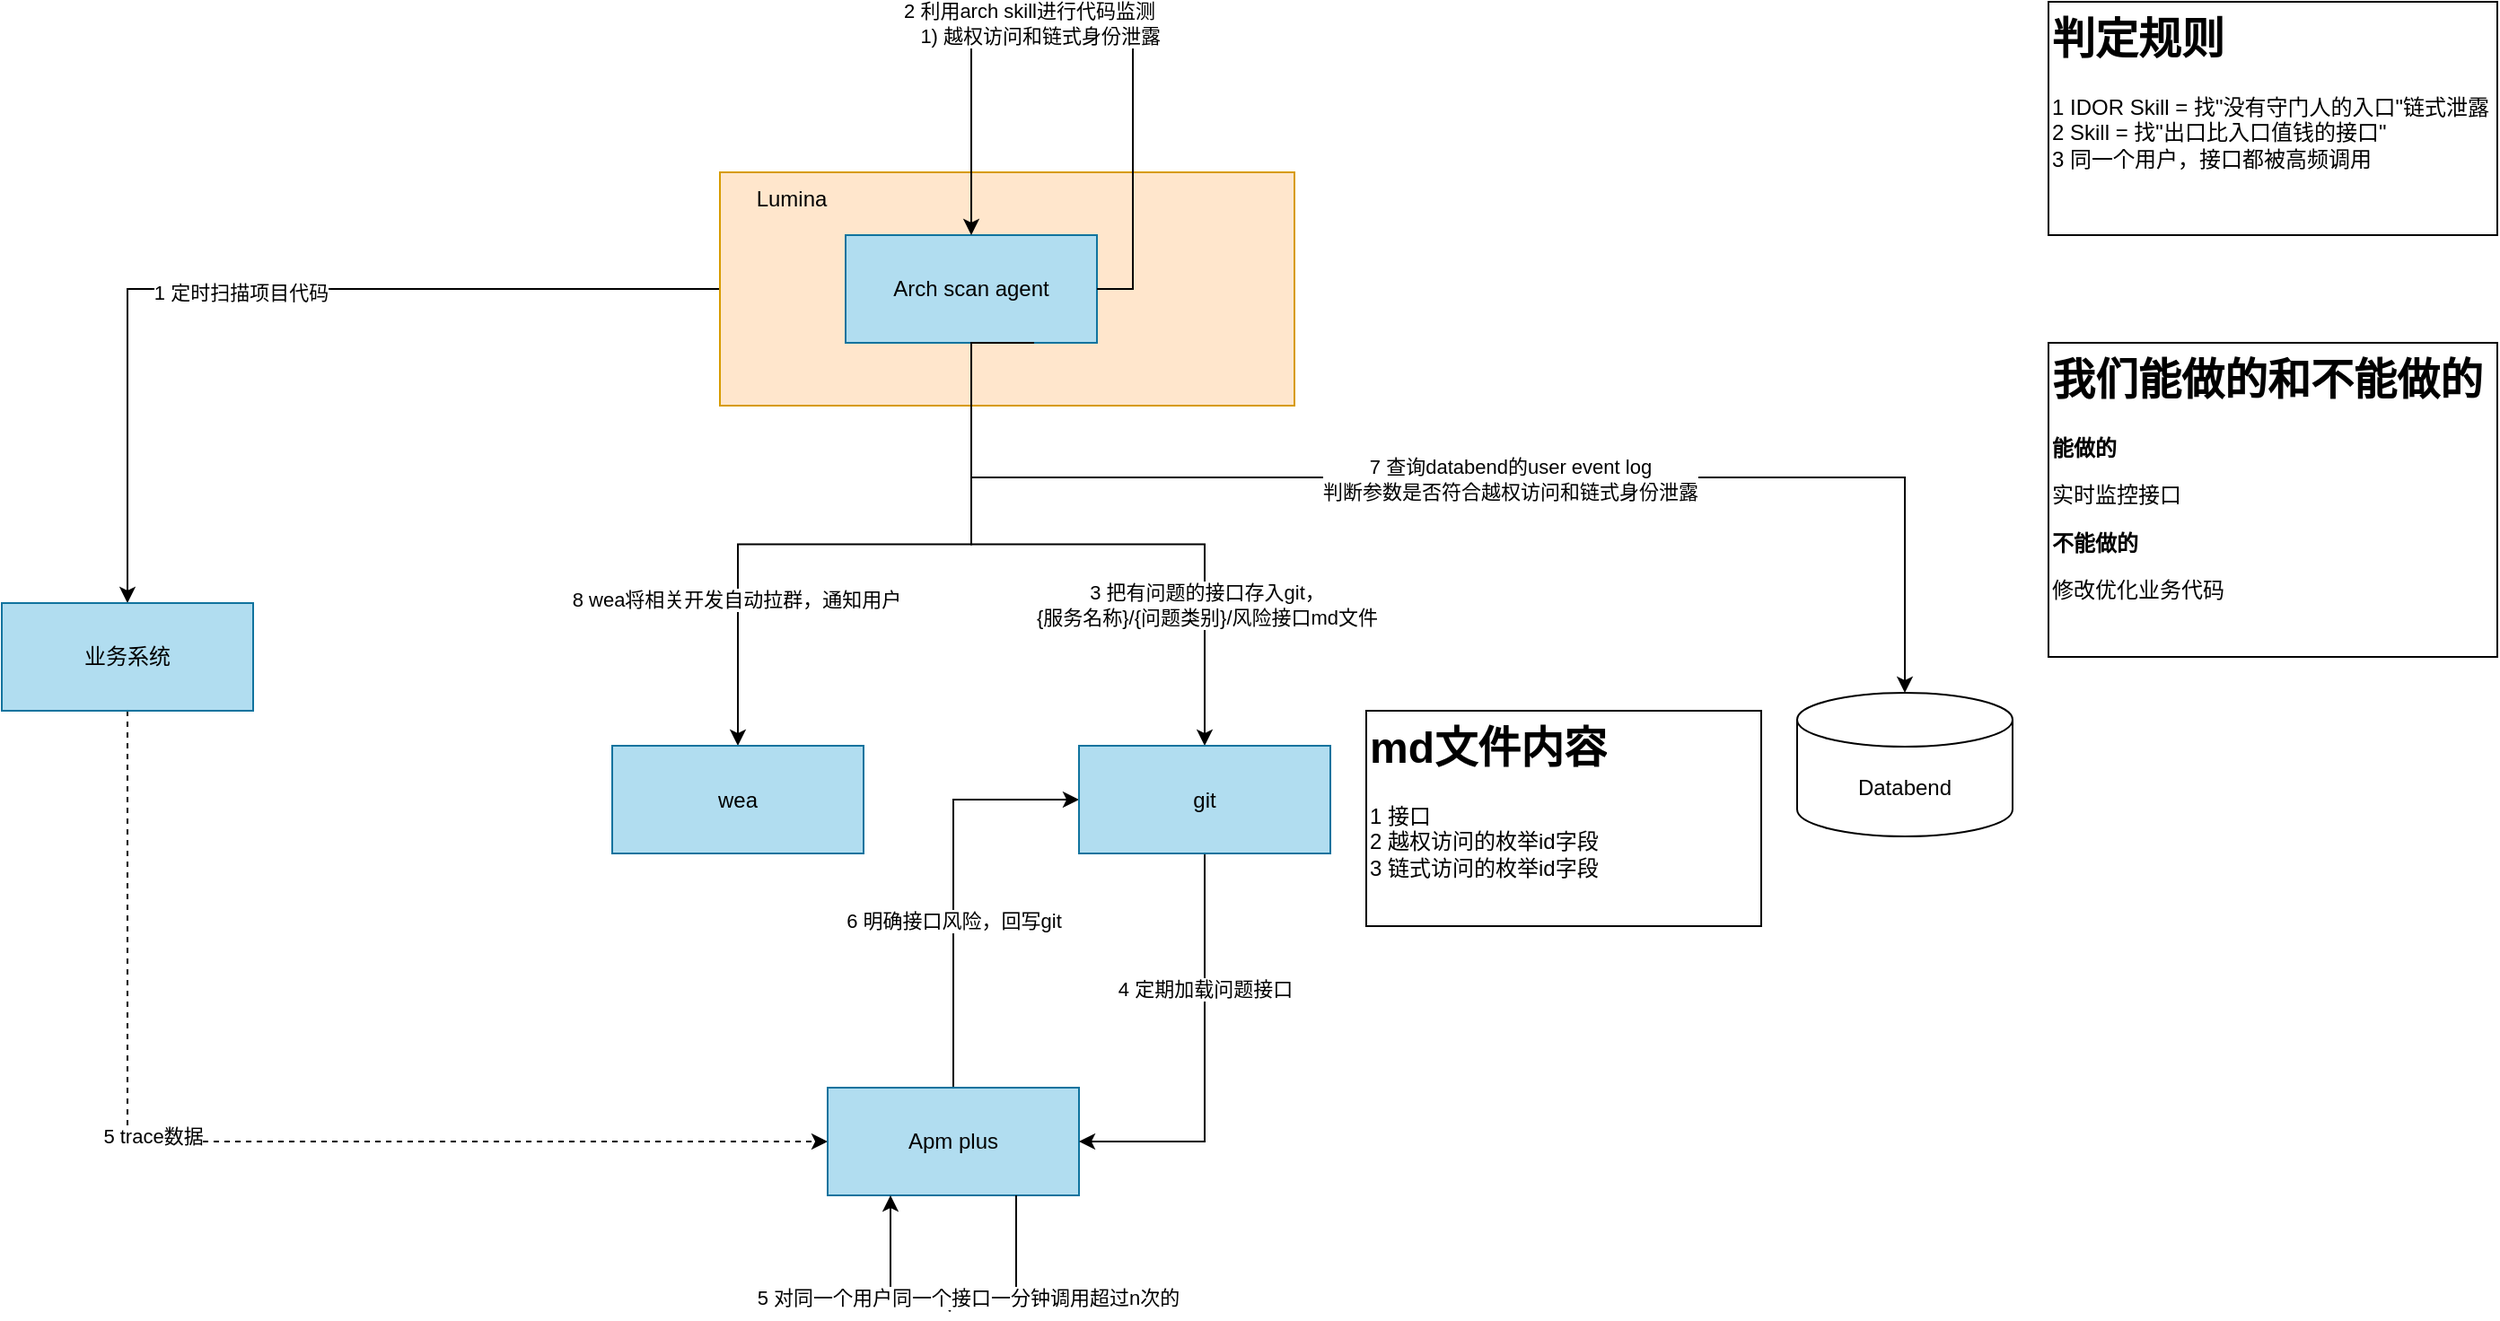
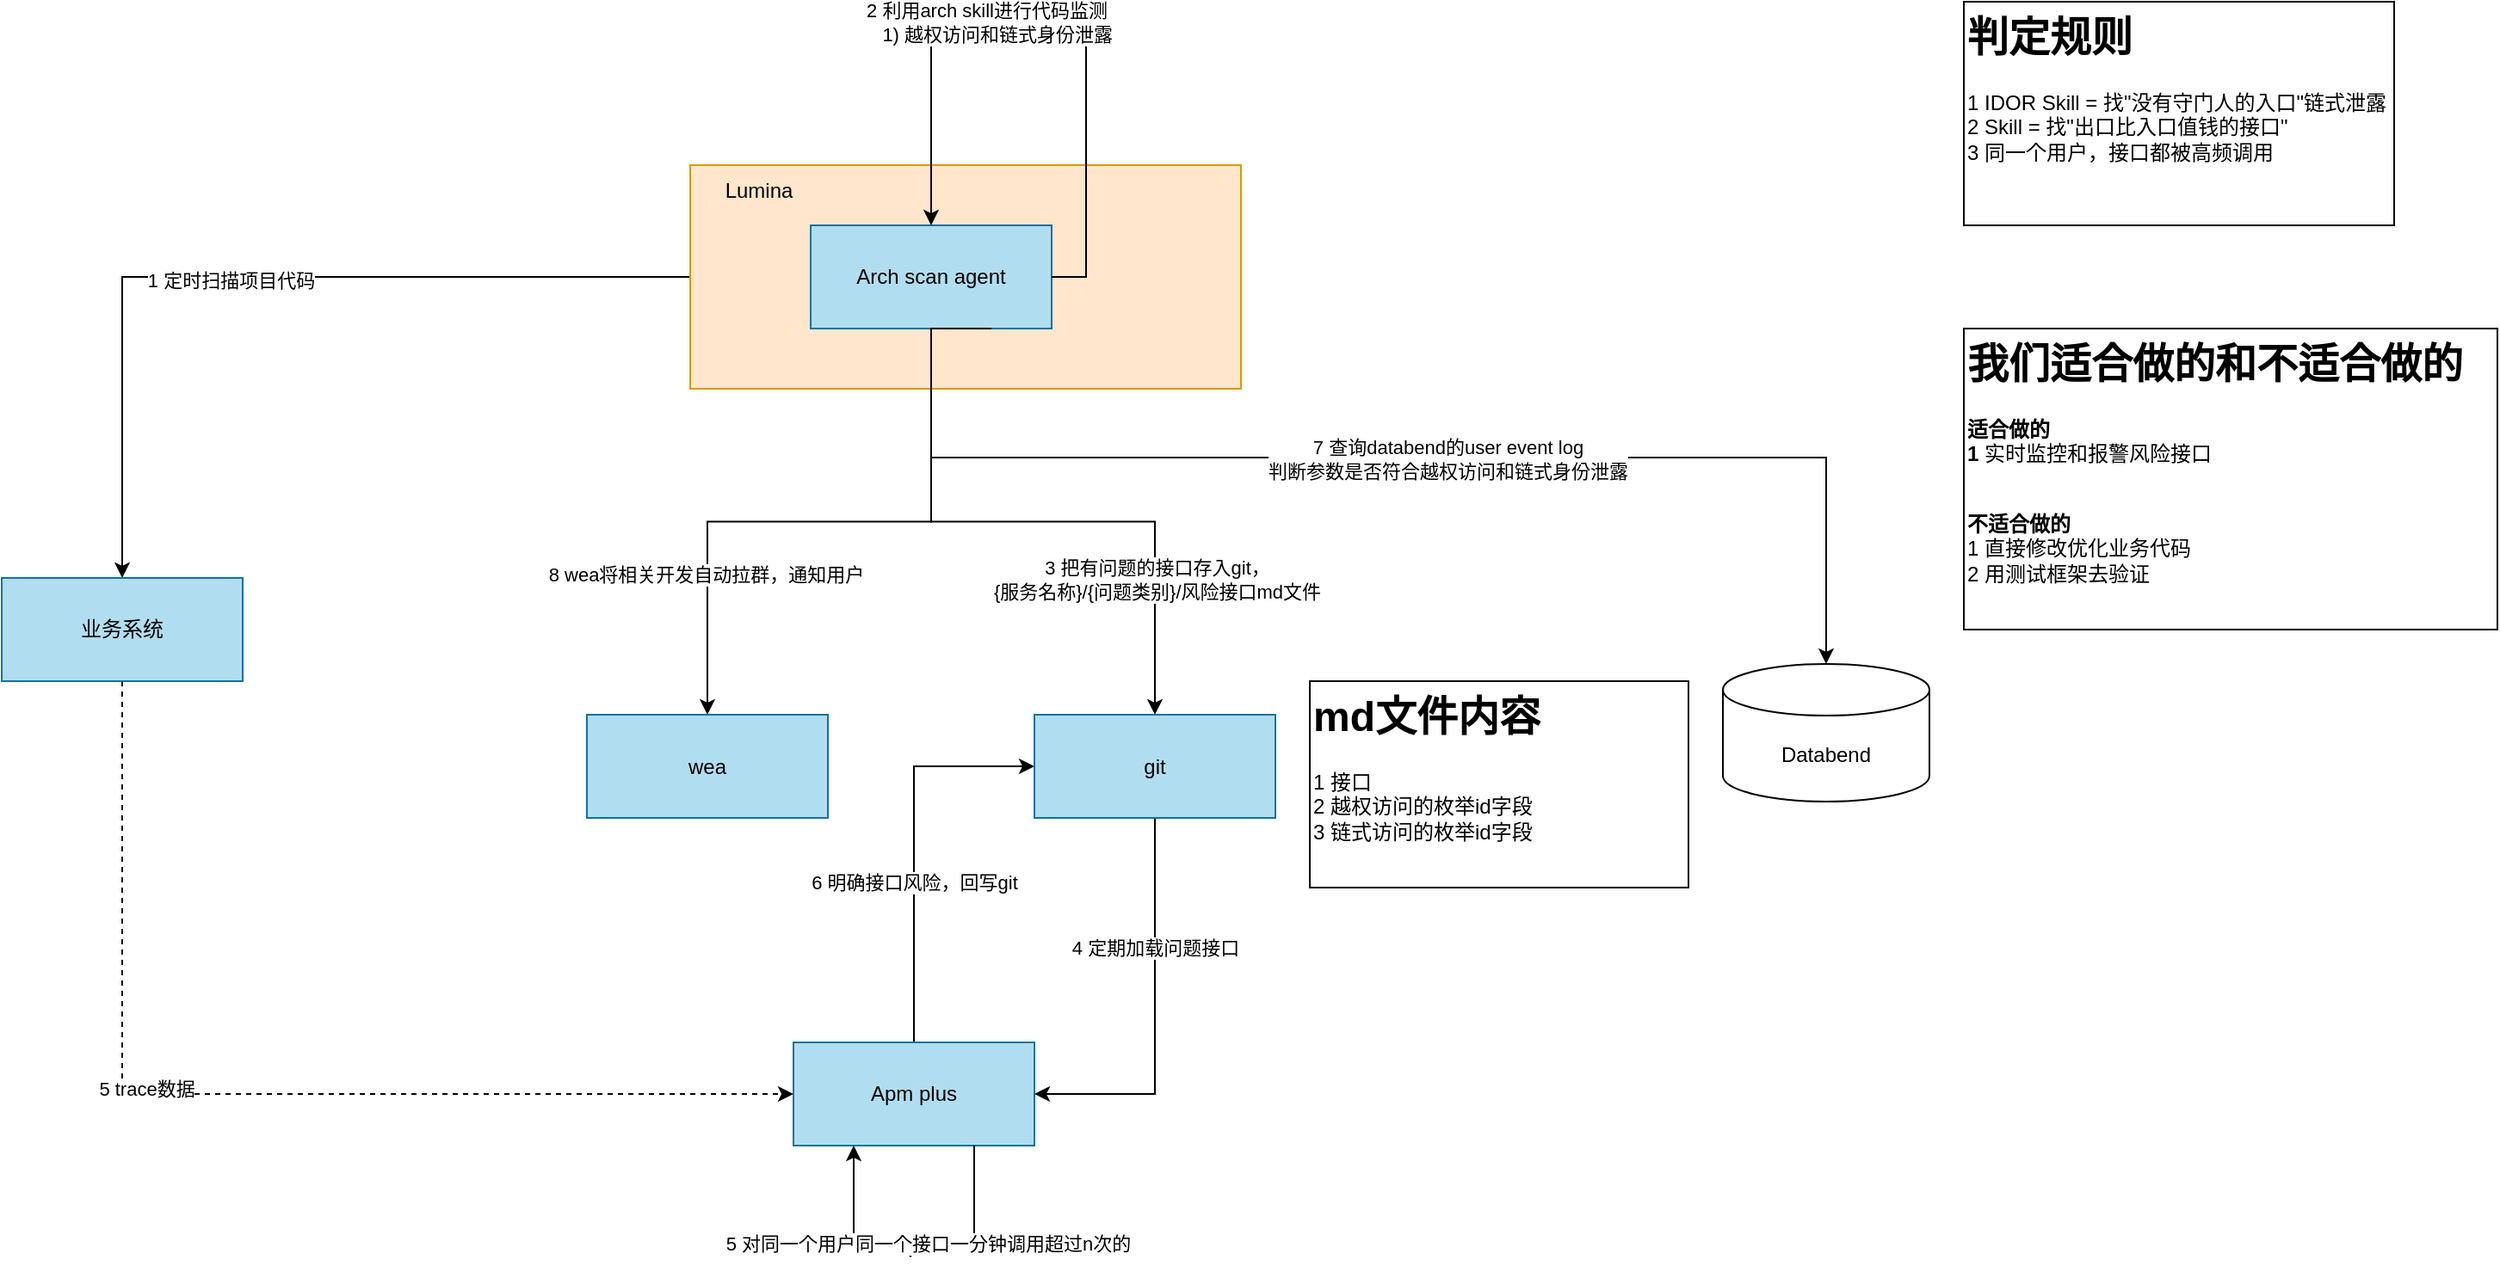
<mxfile host="app.diagrams.net">
  <diagram name="第 1 页" id="v4d0oD99BJNh_s1QToVL">
    <mxGraphModel dx="1222" dy="764" grid="1" gridSize="10" guides="1" tooltips="1" connect="1" arrows="1" fold="1" page="1" pageScale="1" pageWidth="3300" pageHeight="2339" math="0" shadow="0">
      <root>
        <mxCell id="0" />
        <mxCell id="1" parent="0" />
        <mxCell id="BZSGkBbcOcEUag34DBB_-2" edge="1" parent="1" source="SJECwPXb0EPlWWx2axZS-5" style="edgeStyle=orthogonalEdgeStyle;rounded=0;orthogonalLoop=1;jettySize=auto;html=1;exitX=0;exitY=0.5;exitDx=0;exitDy=0;" target="BZSGkBbcOcEUag34DBB_-1">
          <mxGeometry relative="1" as="geometry" />
        </mxCell>
        <mxCell id="BZSGkBbcOcEUag34DBB_-9" connectable="0" parent="BZSGkBbcOcEUag34DBB_-2" style="edgeLabel;html=1;align=center;verticalAlign=middle;resizable=0;points=[];" value="1 定时扫描项目代码" vertex="1">
          <mxGeometry relative="1" x="0.0582" y="2" as="geometry">
            <mxPoint as="offset" />
          </mxGeometry>
        </mxCell>
        <mxCell id="SJECwPXb0EPlWWx2axZS-5" parent="1" style="rounded=0;whiteSpace=wrap;html=1;fillColor=#ffe6cc;strokeColor=#d79b00;" value="" vertex="1">
          <mxGeometry height="130" width="320" x="530" y="160" as="geometry" />
        </mxCell>
        <mxCell id="BZSGkBbcOcEUag34DBB_-19" edge="1" parent="1" source="BZSGkBbcOcEUag34DBB_-1" style="edgeStyle=orthogonalEdgeStyle;rounded=0;orthogonalLoop=1;jettySize=auto;html=1;exitX=0.5;exitY=1;exitDx=0;exitDy=0;entryX=0;entryY=0.5;entryDx=0;entryDy=0;dashed=1;" target="BZSGkBbcOcEUag34DBB_-3">
          <mxGeometry relative="1" as="geometry" />
        </mxCell>
        <mxCell id="BZSGkBbcOcEUag34DBB_-20" connectable="0" parent="BZSGkBbcOcEUag34DBB_-19" style="edgeLabel;html=1;align=center;verticalAlign=middle;resizable=0;points=[];" value="5 trace数据" vertex="1">
          <mxGeometry relative="1" x="-0.1937" y="3" as="geometry">
            <mxPoint as="offset" />
          </mxGeometry>
        </mxCell>
        <mxCell id="BZSGkBbcOcEUag34DBB_-1" parent="1" style="rounded=0;whiteSpace=wrap;html=1;fillColor=#b1ddf0;strokeColor=#10739e;" value="业务系统" vertex="1">
          <mxGeometry height="60" width="140" x="130" y="400" as="geometry" />
        </mxCell>
        <mxCell id="BZSGkBbcOcEUag34DBB_-23" edge="1" parent="1" source="BZSGkBbcOcEUag34DBB_-3" style="edgeStyle=orthogonalEdgeStyle;rounded=0;orthogonalLoop=1;jettySize=auto;html=1;exitX=0.5;exitY=0;exitDx=0;exitDy=0;entryX=0;entryY=0.5;entryDx=0;entryDy=0;" target="BZSGkBbcOcEUag34DBB_-6">
          <mxGeometry relative="1" as="geometry" />
        </mxCell>
        <mxCell id="BZSGkBbcOcEUag34DBB_-24" connectable="0" parent="BZSGkBbcOcEUag34DBB_-23" style="edgeLabel;html=1;align=center;verticalAlign=middle;resizable=0;points=[];" value="6 明确接口风险，回写git" vertex="1">
          <mxGeometry relative="1" x="-0.1931" as="geometry">
            <mxPoint as="offset" />
          </mxGeometry>
        </mxCell>
        <mxCell id="BZSGkBbcOcEUag34DBB_-3" parent="1" style="rounded=0;whiteSpace=wrap;html=1;fillColor=#b1ddf0;strokeColor=#10739e;" value="Apm plus" vertex="1">
          <mxGeometry height="60" width="140" x="590" y="670" as="geometry" />
        </mxCell>
        <mxCell id="BZSGkBbcOcEUag34DBB_-7" edge="1" parent="1" source="SJECwPXb0EPlWWx2axZS-4" style="edgeStyle=orthogonalEdgeStyle;rounded=0;orthogonalLoop=1;jettySize=auto;html=1;exitX=0.5;exitY=1;exitDx=0;exitDy=0;" target="BZSGkBbcOcEUag34DBB_-6">
          <mxGeometry relative="1" as="geometry" />
        </mxCell>
        <mxCell id="BZSGkBbcOcEUag34DBB_-14" connectable="0" parent="BZSGkBbcOcEUag34DBB_-7" style="edgeLabel;html=1;align=center;verticalAlign=middle;resizable=0;points=[];" value="3 把有问题的接口存入git，&lt;div&gt;{服务名称}/&lt;span style=&quot;background-color: light-dark(#ffffff, var(--ge-dark-color, #121212)); color: light-dark(rgb(0, 0, 0), rgb(255, 255, 255));&quot;&gt;{问题类别}/风险接口md文件&lt;/span&gt;&lt;/div&gt;" vertex="1">
          <mxGeometry relative="1" x="0.0845" y="1" as="geometry">
            <mxPoint x="51" y="34" as="offset" />
          </mxGeometry>
        </mxCell>
        <mxCell id="BZSGkBbcOcEUag34DBB_-8" edge="1" parent="1" source="SJECwPXb0EPlWWx2axZS-4" style="edgeStyle=orthogonalEdgeStyle;rounded=0;orthogonalLoop=1;jettySize=auto;html=1;exitX=0.5;exitY=1;exitDx=0;exitDy=0;" target="BZSGkBbcOcEUag34DBB_-5">
          <mxGeometry relative="1" as="geometry" />
        </mxCell>
        <mxCell id="BZSGkBbcOcEUag34DBB_-15" connectable="0" parent="BZSGkBbcOcEUag34DBB_-8" style="edgeLabel;html=1;align=center;verticalAlign=middle;resizable=0;points=[];" value="8 wea将相关开发自动拉群，通知用户" vertex="1">
          <mxGeometry relative="1" x="0.538" y="-1" as="geometry">
            <mxPoint as="offset" />
          </mxGeometry>
        </mxCell>
        <mxCell id="SJECwPXb0EPlWWx2axZS-4" parent="1" style="rounded=0;whiteSpace=wrap;html=1;fillColor=#b1ddf0;strokeColor=#10739e;" value="Arch scan agent" vertex="1">
          <mxGeometry height="60" width="140" x="600" y="195" as="geometry" />
        </mxCell>
        <mxCell id="BZSGkBbcOcEUag34DBB_-4" parent="1" style="text;html=1;whiteSpace=wrap;strokeColor=none;fillColor=none;align=center;verticalAlign=middle;rounded=0;" value="Lumina" vertex="1">
          <mxGeometry height="30" width="60" x="540" y="160" as="geometry" />
        </mxCell>
        <mxCell id="BZSGkBbcOcEUag34DBB_-5" parent="1" style="rounded=0;whiteSpace=wrap;html=1;fillColor=#b1ddf0;strokeColor=#10739e;" value="wea" vertex="1">
          <mxGeometry height="60" width="140" x="470" y="479.5" as="geometry" />
        </mxCell>
        <mxCell id="BZSGkBbcOcEUag34DBB_-17" edge="1" parent="1" source="BZSGkBbcOcEUag34DBB_-6" style="edgeStyle=orthogonalEdgeStyle;rounded=0;orthogonalLoop=1;jettySize=auto;html=1;exitX=0.5;exitY=1;exitDx=0;exitDy=0;entryX=1;entryY=0.5;entryDx=0;entryDy=0;" target="BZSGkBbcOcEUag34DBB_-3">
          <mxGeometry relative="1" as="geometry" />
        </mxCell>
        <mxCell id="BZSGkBbcOcEUag34DBB_-18" connectable="0" parent="BZSGkBbcOcEUag34DBB_-17" style="edgeLabel;html=1;align=center;verticalAlign=middle;resizable=0;points=[];" value="4 定期加载问题接口" vertex="1">
          <mxGeometry relative="1" x="-0.3536" as="geometry">
            <mxPoint y="1" as="offset" />
          </mxGeometry>
        </mxCell>
        <mxCell id="BZSGkBbcOcEUag34DBB_-6" parent="1" style="rounded=0;whiteSpace=wrap;html=1;fillColor=#b1ddf0;strokeColor=#10739e;" value="git" vertex="1">
          <mxGeometry height="60" width="140" x="730" y="479.5" as="geometry" />
        </mxCell>
        <mxCell id="BZSGkBbcOcEUag34DBB_-12" edge="1" parent="1" source="SJECwPXb0EPlWWx2axZS-4" style="edgeStyle=orthogonalEdgeStyle;rounded=0;orthogonalLoop=1;jettySize=auto;html=1;exitX=1;exitY=0.5;exitDx=0;exitDy=0;entryX=0.5;entryY=0;entryDx=0;entryDy=0;" target="SJECwPXb0EPlWWx2axZS-4">
          <mxGeometry relative="1" as="geometry">
            <Array as="points">
              <mxPoint x="760" y="225" />
              <mxPoint x="760" y="80" />
              <mxPoint x="670" y="80" />
            </Array>
          </mxGeometry>
        </mxCell>
        <mxCell id="BZSGkBbcOcEUag34DBB_-13" connectable="0" parent="BZSGkBbcOcEUag34DBB_-12" style="edgeLabel;html=1;align=center;verticalAlign=middle;resizable=0;points=[];" value="2 利用arch skill进行代码监测&lt;div&gt;&amp;nbsp; &amp;nbsp; 1) 越权访问和链式身份泄露&lt;/div&gt;" vertex="1">
          <mxGeometry relative="1" x="0.2054" y="-3" as="geometry">
            <mxPoint as="offset" />
          </mxGeometry>
        </mxCell>
        <mxCell id="BZSGkBbcOcEUag34DBB_-21" edge="1" parent="1" source="BZSGkBbcOcEUag34DBB_-3" style="edgeStyle=orthogonalEdgeStyle;rounded=0;orthogonalLoop=1;jettySize=auto;html=1;exitX=0.75;exitY=1;exitDx=0;exitDy=0;entryX=0.25;entryY=1;entryDx=0;entryDy=0;" target="BZSGkBbcOcEUag34DBB_-3" value="、">
          <mxGeometry relative="1" as="geometry">
            <Array as="points">
              <mxPoint x="695" y="790" />
              <mxPoint x="625" y="790" />
            </Array>
          </mxGeometry>
        </mxCell>
        <mxCell id="BZSGkBbcOcEUag34DBB_-22" connectable="0" parent="BZSGkBbcOcEUag34DBB_-21" style="edgeLabel;html=1;align=center;verticalAlign=middle;resizable=0;points=[];" value="5 对同一个用户同一个接口一分钟调用超过n次的" vertex="1">
          <mxGeometry relative="1" x="-0.0842" y="-3" as="geometry">
            <mxPoint as="offset" />
          </mxGeometry>
        </mxCell>
        <mxCell id="BZSGkBbcOcEUag34DBB_-26" parent="1" style="text;html=1;whiteSpace=wrap;overflow=hidden;rounded=0;strokeColor=default;" value="&lt;h1 style=&quot;margin-top: 0px;&quot;&gt;md文件内容&lt;/h1&gt;&lt;p&gt;1 接口&lt;br&gt;2 越权访问的枚举id字段&lt;br&gt;3 链式访问的&lt;span style=&quot;background-color: transparent; color: light-dark(rgb(0, 0, 0), rgb(255, 255, 255));&quot;&gt;枚举id字段&lt;/span&gt;&lt;/p&gt;" vertex="1">
          <mxGeometry height="120" width="220" x="890" y="460" as="geometry" />
        </mxCell>
        <mxCell id="BZSGkBbcOcEUag34DBB_-27" parent="1" style="shape=cylinder3;whiteSpace=wrap;html=1;boundedLbl=1;backgroundOutline=1;size=15;" value="Databend" vertex="1">
          <mxGeometry height="80" width="120" x="1130" y="450" as="geometry" />
        </mxCell>
        <mxCell id="BZSGkBbcOcEUag34DBB_-30" edge="1" parent="1" source="SJECwPXb0EPlWWx2axZS-4" style="edgeStyle=orthogonalEdgeStyle;rounded=0;orthogonalLoop=1;jettySize=auto;html=1;exitX=0.75;exitY=1;exitDx=0;exitDy=0;entryX=0.5;entryY=0;entryDx=0;entryDy=0;entryPerimeter=0;" target="BZSGkBbcOcEUag34DBB_-27">
          <mxGeometry relative="1" as="geometry">
            <Array as="points">
              <mxPoint x="670" y="255" />
              <mxPoint x="670" y="330" />
              <mxPoint x="1190" y="330" />
            </Array>
          </mxGeometry>
        </mxCell>
        <mxCell id="BZSGkBbcOcEUag34DBB_-31" connectable="0" parent="BZSGkBbcOcEUag34DBB_-30" style="edgeLabel;html=1;align=center;verticalAlign=middle;resizable=0;points=[];" value="7 查询databend的user event log&lt;div&gt;判断参数是否符合越权访问和链式身份泄露&lt;/div&gt;" vertex="1">
          <mxGeometry relative="1" x="-0.1573" y="-1" as="geometry">
            <mxPoint x="94" as="offset" />
          </mxGeometry>
        </mxCell>
        <mxCell id="BZSGkBbcOcEUag34DBB_-32" parent="1" style="text;html=1;whiteSpace=wrap;overflow=hidden;rounded=0;strokeColor=default;" value="&lt;h1 style=&quot;margin-top: 0px;&quot;&gt;判定规则&lt;/h1&gt;&lt;p&gt;1 IDOR Skill = 找&quot;没有守门人的入口&quot;&lt;span style=&quot;background-color: transparent; color: light-dark(rgb(0, 0, 0), rgb(255, 255, 255));&quot;&gt;链式泄露 2 Skill = 找&quot;出口比入口值钱的接口&quot;&lt;br&gt;3 同一个用户，接口都被高频调用&lt;/span&gt;&lt;/p&gt;" vertex="1">
          <mxGeometry height="130" width="250" x="1270" y="65" as="geometry" />
        </mxCell>
-         <mxCell id="BZSGkBbcOcEUag34DBB_-33" parent="1" style="text;html=1;whiteSpace=wrap;overflow=hidden;rounded=0;strokeColor=default;" value="&lt;h1 style=&quot;margin-top: 0px;&quot;&gt;我们能做的和不能做的&lt;/h1&gt;&lt;p&gt;&lt;b&gt;能做的&lt;/b&gt;&lt;/p&gt;&lt;p&gt;实时监控接口&lt;/p&gt;&lt;p&gt;&lt;b&gt;不能做的&lt;/b&gt;&lt;/p&gt;&lt;p&gt;修改优化业务代码&lt;/p&gt;&lt;p&gt;&lt;br&gt;&lt;/p&gt;" vertex="1">
-           <mxGeometry height="175" width="250" x="1270" y="255" as="geometry" />
+         <mxCell id="BZSGkBbcOcEUag34DBB_-33" parent="1" style="text;html=1;whiteSpace=wrap;overflow=hidden;rounded=0;strokeColor=default;" value="&lt;h1 style=&quot;margin-top: 0px;&quot;&gt;我们适合做的和不适合做的&lt;/h1&gt;&lt;p&gt;&lt;b&gt;适合做的&lt;br&gt;&lt;/b&gt;&lt;span style=&quot;background-color: transparent; color: light-dark(rgb(0, 0, 0), rgb(255, 255, 255));&quot;&gt;&lt;b&gt;1&amp;nbsp;&lt;/b&gt;实时监控和报警风险接口&lt;br&gt;&lt;br&gt;&lt;/span&gt;&lt;/p&gt;&lt;p&gt;&lt;b&gt;不适合做的&lt;br&gt;&lt;/b&gt;&lt;span style=&quot;background-color: transparent; color: light-dark(rgb(0, 0, 0), rgb(255, 255, 255));&quot;&gt;1 直接修改优化业务代码&lt;br&gt;2 用测试框架去验证&lt;/span&gt;&lt;/p&gt;&lt;p&gt;&lt;br&gt;&lt;/p&gt;" vertex="1">
+           <mxGeometry height="175" width="310" x="1270" y="255" as="geometry" />
        </mxCell>
      </root>
    </mxGraphModel>
  </diagram>
</mxfile>
